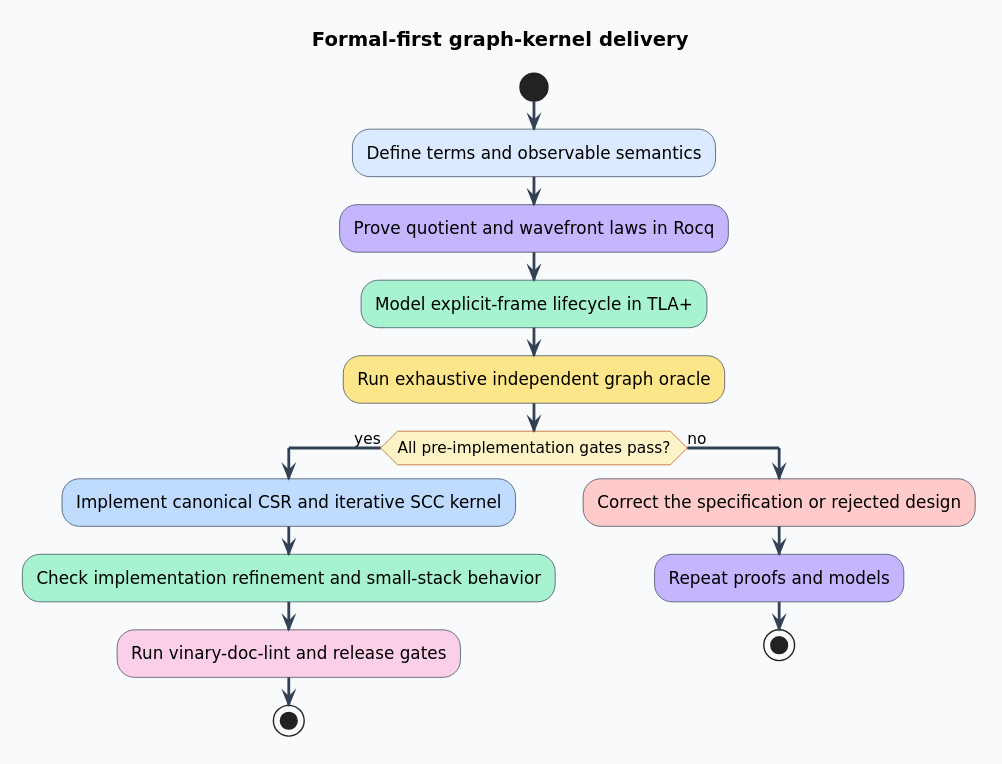
Above: docs/diagrams/formal-first-flow.svg in vinary-tree/libvgraph (PlantUML), before the change. Source of this version:
```plantuml
@startuml
skinparam backgroundColor #F8FAFC
skinparam defaultFontName DejaVu Sans
skinparam shadowing false
skinparam ArrowColor #334155
skinparam ArrowThickness 2
skinparam activity {
  BackgroundColor #E2E8F0
  BorderColor #334155
  DiamondBackgroundColor #FEF3C7
  DiamondBorderColor #B45309
}

title Formal-first graph-kernel delivery

start
:Define terms and observable semantics; <<#DBEAFE>>
:Prove quotient and wavefront laws in Rocq; <<#C4B5FD>>
:Model explicit-frame lifecycle in TLA+; <<#A7F3D0>>
:Run exhaustive independent graph oracle; <<#FDE68A>>
if (All pre-implementation gates pass?) then (yes)
  :Implement canonical CSR and iterative SCC kernel; <<#BFDBFE>>
  :Check implementation refinement and small-stack behavior; <<#A7F3D0>>
  :Run vinary-doc-lint and release gates; <<#FBCFE8>>
  stop
else (no)
  :Correct the specification or rejected design; <<#FECACA>>
  :Repeat proofs and models; <<#C4B5FD>>
  stop
endif
@enduml
```
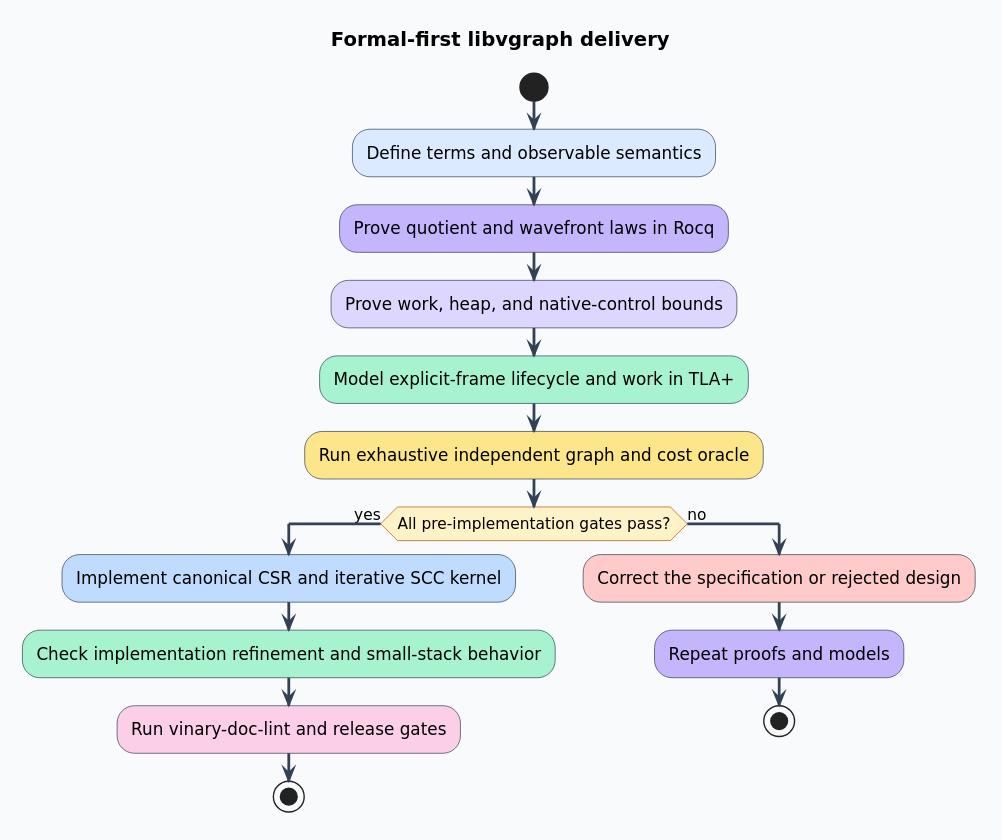
After the change.

Diff of the diagram source:
```diff
@@ -11,13 +11,14 @@
   DiamondBorderColor #B45309
 }
 
-title Formal-first graph-kernel delivery
+title Formal-first libvgraph delivery
 
 start
 :Define terms and observable semantics; <<#DBEAFE>>
 :Prove quotient and wavefront laws in Rocq; <<#C4B5FD>>
-:Model explicit-frame lifecycle in TLA+; <<#A7F3D0>>
-:Run exhaustive independent graph oracle; <<#FDE68A>>
+:Prove work, heap, and native-control bounds; <<#DDD6FE>>
+:Model explicit-frame lifecycle and work in TLA+; <<#A7F3D0>>
+:Run exhaustive independent graph and cost oracle; <<#FDE68A>>
 if (All pre-implementation gates pass?) then (yes)
   :Implement canonical CSR and iterative SCC kernel; <<#BFDBFE>>
   :Check implementation refinement and small-stack behavior; <<#A7F3D0>>
```
